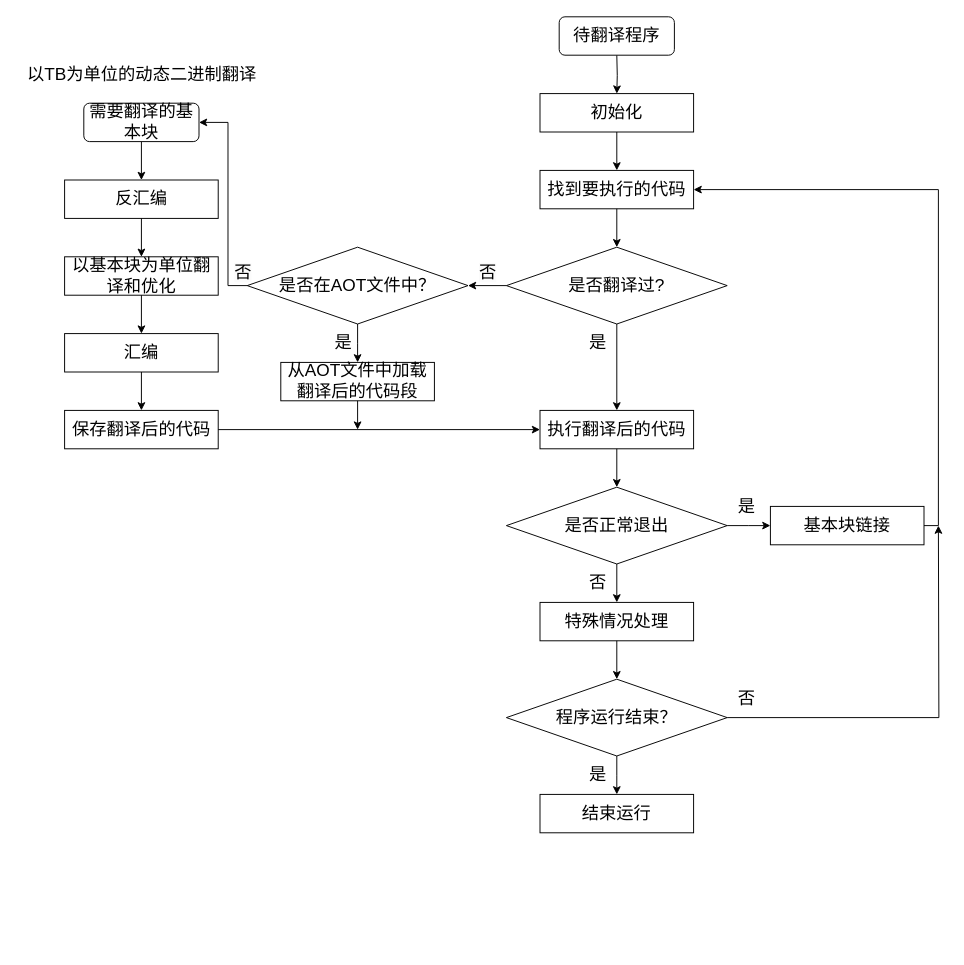
ganjue66da/ganjue66da keeps this draw.io diagram as page "第 31 页" (31 of 33) of lajit.drawio. Above is the earlier version. Source tidied: cells renumbered, new cells numbered last; positions are measured from the earlier drawing's top-left corner, leaving out a move shared by most shapes. Both pictures are drawn from the tidied source at 96%, with x=0, y=0 at pixel (16, 16).
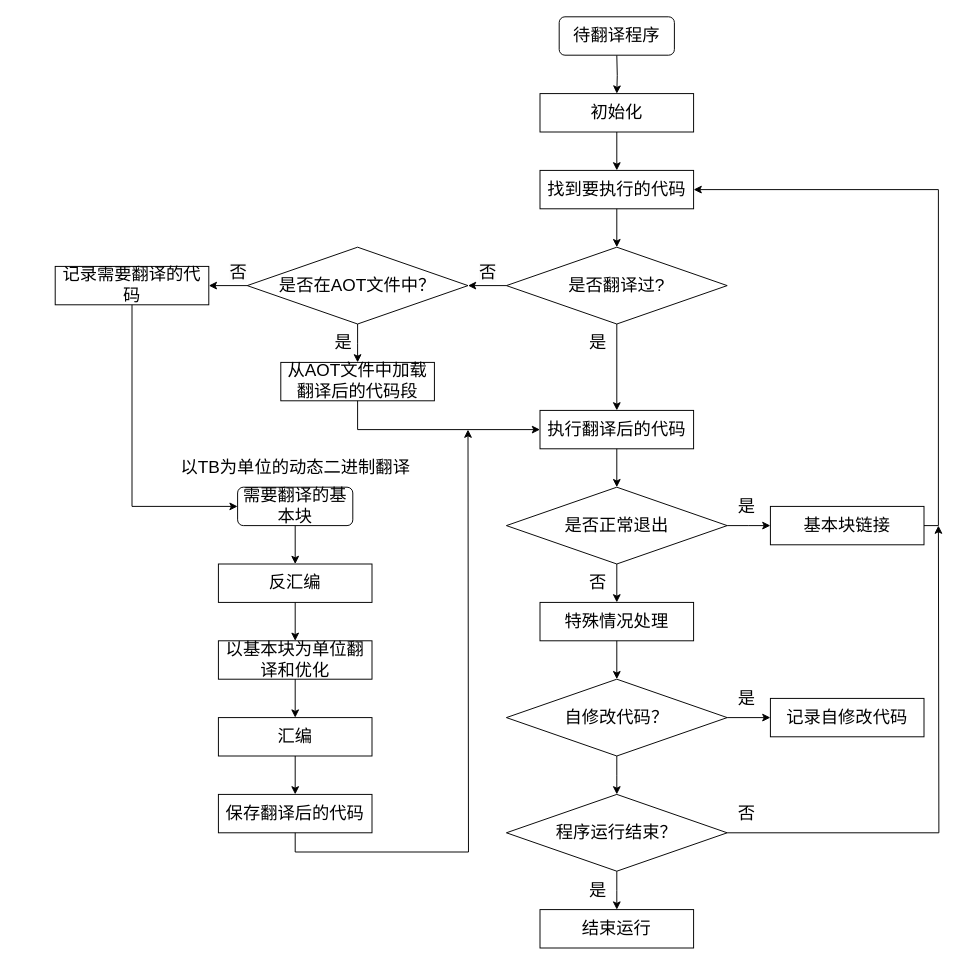
The same diagram, later.

The change refers to these unchanged cells:
```xml
<mxCell id="11" value="执行翻译后的代码" style="rounded=0;whiteSpace=wrap;html=1;fontSize=18;fillColor=none;" parent="1" vertex="1">
  <mxGeometry x="545" y="410" width="160" height="40" as="geometry" />
</mxCell>
<mxCell id="23" value="是否在AOT文件中？" style="rhombus;whiteSpace=wrap;html=1;fontSize=18;fillColor=none;" parent="1" vertex="1">
  <mxGeometry x="240" y="240" width="230" height="80" as="geometry" />
</mxCell>
<mxCell id="31" value="从AOT文件中加载翻译后的代码段" style="rounded=0;whiteSpace=wrap;html=1;fontSize=18;fillColor=none;" parent="1" vertex="1">
  <mxGeometry x="275" y="360" width="160" height="40" as="geometry" />
</mxCell>
```

Diff of the diagram source:
```diff
@@
-    <mxCell id="22" style="edgeStyle=orthogonalEdgeStyle;rounded=0;jettySize=auto;html=1;exitX=0;exitY=0.5;exitDx=0;exitDy=0;entryX=1;entryY=0.5;entryDx=0;entryDy=0;" parent="1" edge="1" source="23" target="36">
-      <mxGeometry relative="1" as="geometry">
-        <Array as="points">
-          <mxPoint x="220" y="280" />
-          <mxPoint x="220" y="110" />
-        </Array>
-      </mxGeometry>
-    </mxCell>
+    <mxCell id="48" style="edgeStyle=orthogonalEdgeStyle;rounded=0;jettySize=auto;html=1;" parent="1" edge="1" source="23" target="59">
+      <mxGeometry relative="1" as="geometry" />
+    </mxCell>
@@
-    <mxCell id="27" style="edgeStyle=orthogonalEdgeStyle;rounded=0;jettySize=auto;html=1;" parent="1" edge="1" source="28">
-      <mxGeometry relative="1" as="geometry">
-        <mxPoint x="960" y="530" as="targetPoint" />
-      </mxGeometry>
-    </mxCell>
-    <mxCell id="28" value="程序运行结束？" style="rhombus;whiteSpace=wrap;html=1;fontSize=18;fillColor=none;" parent="1" vertex="1">
+    <mxCell id="28" value="自修改代码？" style="rhombus;whiteSpace=wrap;html=1;fontSize=18;fillColor=none;" parent="1" vertex="1">
       <mxGeometry x="510" y="690" width="230" height="80" as="geometry" />
     </mxCell>
@@
-    <mxCell id="30" style="edgeStyle=orthogonalEdgeStyle;rounded=0;jettySize=auto;html=1;exitX=0.5;exitY=1;exitDx=0;exitDy=0;" parent="1" edge="1" source="31">
-      <mxGeometry relative="1" as="geometry">
-        <mxPoint x="355" y="430" as="targetPoint" />
-      </mxGeometry>
-    </mxCell>
+    <mxCell id="49" style="edgeStyle=orthogonalEdgeStyle;rounded=0;jettySize=auto;html=1;exitX=0.5;exitY=1;exitDx=0;exitDy=0;entryX=0;entryY=0.5;entryDx=0;entryDy=0;" parent="1" edge="1" source="31" target="11">
+      <mxGeometry relative="1" as="geometry" />
+    </mxCell>
@@
     <mxCell id="32" value="以TB为单位的动态二进制翻译" style="text;html=1;align=center;verticalAlign=middle;strokeColor=none;fillColor=none;fontSize=18;" parent="1" vertex="1">
-      <mxGeometry x="-0.2" y="40" width="260" height="40" as="geometry" />
+      <mxGeometry x="160" y="450" width="260" height="40" as="geometry" />
     </mxCell>
@@
     <mxCell id="34" value="&lt;span style=&quot;color: rgb(0, 0, 0); font-family: Helvetica; font-size: 18px; font-style: normal; font-variant-ligatures: normal; font-variant-caps: normal; font-weight: 400; letter-spacing: normal; orphans: 2; text-align: center; text-indent: 0px; text-transform: none; widows: 2; word-spacing: 0px; -webkit-text-stroke-width: 0px; background-color: rgb(251, 251, 251); text-decoration-thickness: initial; text-decoration-style: initial; text-decoration-color: initial; float: none; display: inline !important;&quot;&gt;否&lt;/span&gt;" style="text;whiteSpace=wrap;html=1;" parent="1" vertex="1">
-      <mxGeometry x="225" y="250" width="50" height="50" as="geometry" />
+      <mxGeometry x="220" y="250" width="50" height="50" as="geometry" />
     </mxCell>
@@
     <mxCell id="36" value="&lt;font style=&quot;font-size: 18px;&quot;&gt;需要翻译的基本块&lt;/font&gt;" style="rounded=1;whiteSpace=wrap;html=1;" parent="1" vertex="1">
-      <mxGeometry x="69.8" y="90" width="120" height="40" as="geometry" />
+      <mxGeometry x="230" y="490" width="120" height="40" as="geometry" />
     </mxCell>
@@
     <mxCell id="38" value="反汇编" style="rounded=0;whiteSpace=wrap;html=1;fontSize=18;fillColor=none;" parent="1" vertex="1">
-      <mxGeometry x="49.8" y="170" width="160" height="40" as="geometry" />
+      <mxGeometry x="210" y="570" width="160" height="40" as="geometry" />
     </mxCell>
@@
     <mxCell id="40" value="以基本块为单位翻译和优化" style="rounded=0;whiteSpace=wrap;html=1;fontSize=18;fillColor=none;" parent="1" vertex="1">
-      <mxGeometry x="49.8" y="250" width="160" height="40" as="geometry" />
+      <mxGeometry x="210" y="650" width="160" height="40" as="geometry" />
     </mxCell>
@@
     <mxCell id="42" value="汇编" style="rounded=0;whiteSpace=wrap;html=1;fontSize=18;fillColor=none;" parent="1" vertex="1">
-      <mxGeometry x="49.8" y="330" width="160" height="40" as="geometry" />
+      <mxGeometry x="210" y="730" width="160" height="40" as="geometry" />
     </mxCell>
-    <mxCell id="43" style="edgeStyle=orthogonalEdgeStyle;rounded=0;jettySize=auto;html=1;exitX=1;exitY=0.5;exitDx=0;exitDy=0;entryX=0;entryY=0.5;entryDx=0;entryDy=0;" parent="1" edge="1" source="44" target="11">
-      <mxGeometry relative="1" as="geometry" />
-    </mxCell>
+    <mxCell id="50" style="edgeStyle=orthogonalEdgeStyle;rounded=0;jettySize=auto;html=1;exitX=0.5;exitY=1;exitDx=0;exitDy=0;" parent="1" edge="1" source="44">
+      <mxGeometry relative="1" as="geometry">
+        <mxPoint x="470" y="430" as="targetPoint" />
+      </mxGeometry>
+    </mxCell>
     <mxCell id="44" value="保存翻译后的代码" style="rounded=0;whiteSpace=wrap;html=1;fontSize=18;fillColor=none;" parent="1" vertex="1">
-      <mxGeometry x="49.8" y="410" width="160" height="40" as="geometry" />
+      <mxGeometry x="210" y="810" width="160" height="40" as="geometry" />
     </mxCell>
+    <mxCell id="51" style="edgeStyle=orthogonalEdgeStyle;rounded=0;jettySize=auto;html=1;" parent="1" edge="1" source="53">
+      <mxGeometry relative="1" as="geometry">
+        <mxPoint x="625" y="930" as="targetPoint" />
+      </mxGeometry>
+    </mxCell>
+    <mxCell id="52" style="edgeStyle=orthogonalEdgeStyle;rounded=0;jettySize=auto;html=1;exitX=1;exitY=0.5;exitDx=0;exitDy=0;" parent="1" edge="1" source="53">
+      <mxGeometry relative="1" as="geometry">
+        <mxPoint x="960" y="530" as="targetPoint" />
+      </mxGeometry>
+    </mxCell>
+    <mxCell id="53" value="程序运行结束？" style="rhombus;whiteSpace=wrap;html=1;fontSize=18;fillColor=none;" parent="1" vertex="1">
+      <mxGeometry x="510" y="810" width="230" height="80" as="geometry" />
+    </mxCell>
     <mxCell id="45" value="结束运行" style="rounded=0;whiteSpace=wrap;html=1;fontSize=18;fillColor=none;" parent="1" vertex="1">
-      <mxGeometry x="545" y="810" width="160" height="40" as="geometry" />
+      <mxGeometry x="545" y="930" width="160" height="40" as="geometry" />
     </mxCell>
-    <mxCell id="46" value="是" style="text;html=1;align=center;verticalAlign=middle;strokeColor=none;fillColor=none;fontSize=18;" parent="1" vertex="1">
-      <mxGeometry x="585" y="770" width="40" height="40" as="geometry" />
-    </mxCell>
+    <mxCell id="54" value="是" style="text;html=1;align=center;verticalAlign=middle;strokeColor=none;fillColor=none;fontSize=18;" parent="1" vertex="1">
+      <mxGeometry x="585" y="890" width="40" height="40" as="geometry" />
+    </mxCell>
     <mxCell id="47" value="否" style="text;html=1;align=center;verticalAlign=middle;strokeColor=none;fillColor=none;fontSize=18;" parent="1" vertex="1">
-      <mxGeometry x="740" y="690" width="40" height="40" as="geometry" />
+      <mxGeometry x="740" y="810" width="40" height="40" as="geometry" />
     </mxCell>
+    <mxCell id="55" value="记录自修改代码" style="rounded=0;whiteSpace=wrap;html=1;fontSize=18;fillColor=none;" parent="1" vertex="1">
+      <mxGeometry x="785" y="710" width="160" height="40" as="geometry" />
+    </mxCell>
+    <mxCell id="56" style="edgeStyle=orthogonalEdgeStyle;rounded=0;orthogonalLoop=1;jettySize=auto;html=1;fontSize=18;" parent="1" edge="1">
+      <mxGeometry relative="1" as="geometry">
+        <mxPoint x="740" y="730" as="sourcePoint" />
+        <mxPoint x="785" y="730" as="targetPoint" />
+      </mxGeometry>
+    </mxCell>
+    <mxCell id="57" value="是" style="text;html=1;align=center;verticalAlign=middle;strokeColor=none;fillColor=none;fontSize=18;" parent="1" vertex="1">
+      <mxGeometry x="740" y="690" width="40" height="40" as="geometry" />
+    </mxCell>
+    <mxCell id="58" style="edgeStyle=orthogonalEdgeStyle;rounded=0;jettySize=auto;html=1;exitX=0.5;exitY=1;exitDx=0;exitDy=0;entryX=0;entryY=0.5;entryDx=0;entryDy=0;" parent="1" edge="1" source="59" target="36">
+      <mxGeometry relative="1" as="geometry" />
+    </mxCell>
+    <mxCell id="59" value="记录需要翻译的代码" style="rounded=0;whiteSpace=wrap;html=1;fontSize=18;fillColor=none;" parent="1" vertex="1">
+      <mxGeometry x="40" y="260" width="160" height="40" as="geometry" />
+    </mxCell>
```
